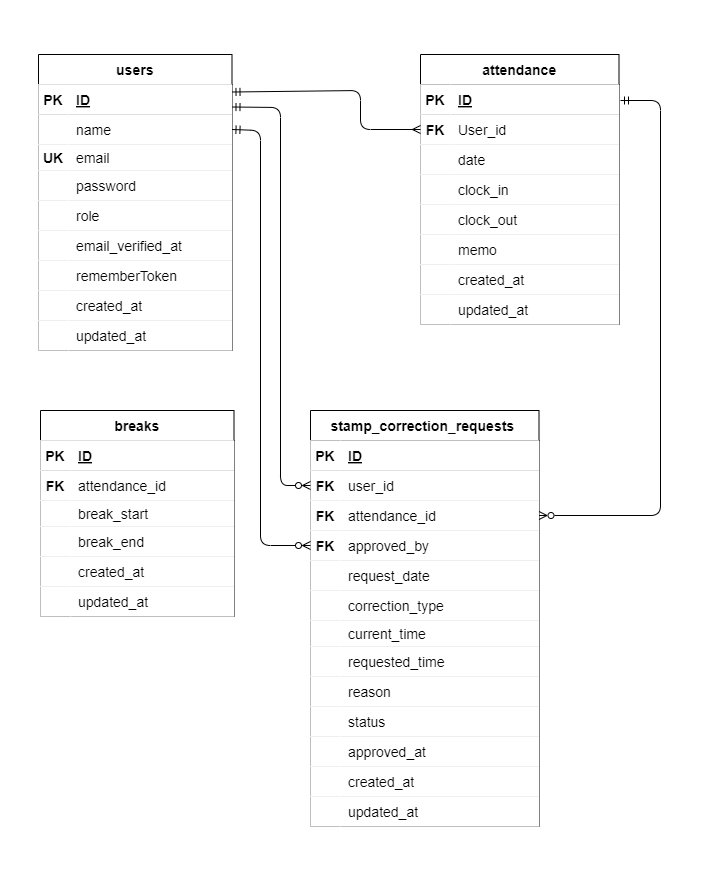
ponponmama/attendance-erika-hara keeps this draw.io diagram as attendance.drawio.png. Above is the earlier version. Source tidied: cells renumbered, new cells last; positions are measured from the earlier drawing's top-left corner, leaving out a move shared by most shapes.
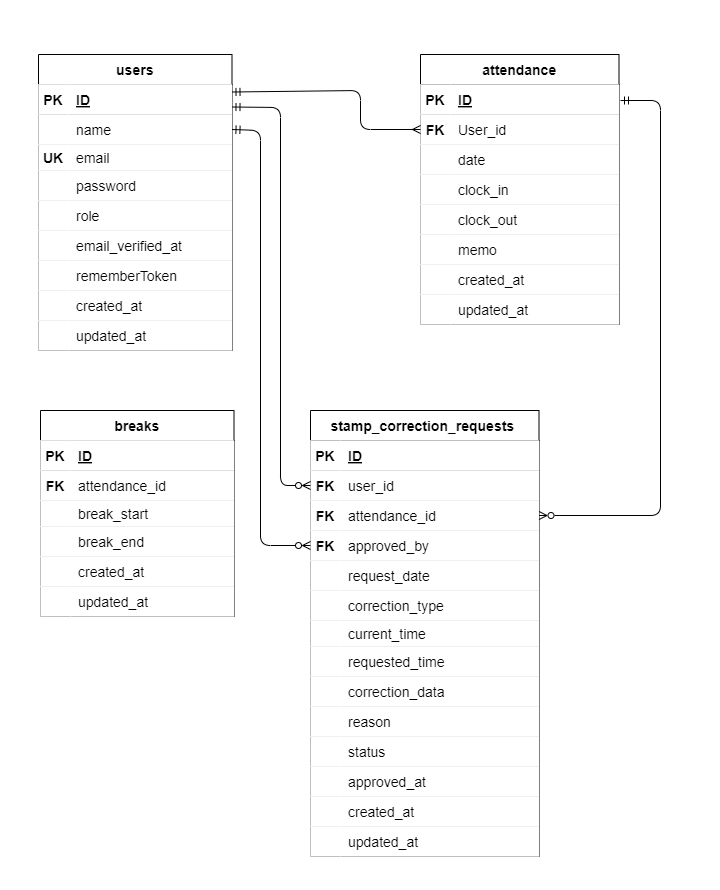
Above is the later version.

Diff of the diagram source:
```diff
@@ -182,7 +182,7 @@
       </mxGeometry>
     </mxCell>
     <mxCell id="60" value="stamp_correction_requests " style="shape=table;startSize=30;rowLines=0;fontStyle=1;align=center;fontSize=14;fillColor=default;strokeColor=#000000;labelBorderColor=none;swimlaneFillColor=#000000;" parent="2" vertex="1">
-      <mxGeometry x="310" y="410" width="228.5" height="416" as="geometry" />
+      <mxGeometry x="310" y="410" width="228.5" height="446" as="geometry" />
     </mxCell>
     <mxCell id="61" style="shape=tableRow;horizontal=0;startSize=0;swimlaneHead=0;swimlaneBody=0;fillColor=default;top=0;left=0;right=0;bottom=1;fontSize=14;strokeColor=#000000;labelBorderColor=none;swimlaneFillColor=#000000;" parent="60" vertex="1">
       <mxGeometry y="30" width="228.5" height="30" as="geometry" />
@@ -256,8 +256,17 @@
     <mxCell id="84" value="requested_time" style="shape=partialRectangle;fillColor=default;top=0;left=0;bottom=0;right=0;align=left;spacingLeft=6;overflow=hidden;fontSize=14;strokeColor=#000000;labelBorderColor=none;swimlaneFillColor=#000000;" parent="82" vertex="1">
       <mxGeometry x="30" width="198.5" height="30" as="geometry" />
     </mxCell>
+    <mxCell id="122" style="shape=tableRow;horizontal=0;startSize=0;swimlaneHead=0;swimlaneBody=0;fillColor=default;top=0;left=0;right=0;bottom=0;fontSize=14;strokeColor=#000000;labelBorderColor=none;swimlaneFillColor=#000000;" parent="60" vertex="1">
+      <mxGeometry y="266" width="228.5" height="30" as="geometry" />
+    </mxCell>
+    <mxCell id="123" style="shape=partialRectangle;fillColor=default;top=0;left=0;bottom=0;right=0;overflow=hidden;fontSize=14;strokeColor=#000000;labelBorderColor=none;swimlaneFillColor=#000000;" parent="122" vertex="1">
+      <mxGeometry width="30" height="30" as="geometry" />
+    </mxCell>
+    <mxCell id="124" value="correction_data" style="shape=partialRectangle;fillColor=default;top=0;left=0;bottom=0;right=0;align=left;spacingLeft=6;overflow=hidden;fontSize=14;strokeColor=#000000;labelBorderColor=none;swimlaneFillColor=#000000;" parent="122" vertex="1">
+      <mxGeometry x="30" width="198.5" height="30" as="geometry" />
+    </mxCell>
     <mxCell id="85" style="shape=tableRow;horizontal=0;startSize=0;swimlaneHead=0;swimlaneBody=0;fillColor=default;top=0;left=0;right=0;bottom=0;fontSize=14;strokeColor=#000000;labelBorderColor=none;swimlaneFillColor=#000000;" parent="60" vertex="1">
-      <mxGeometry y="266" width="228.5" height="30" as="geometry" />
+      <mxGeometry y="296" width="228.5" height="30" as="geometry" />
     </mxCell>
     <mxCell id="86" style="shape=partialRectangle;fillColor=default;top=0;left=0;bottom=0;right=0;overflow=hidden;fontSize=14;strokeColor=#000000;labelBorderColor=none;swimlaneFillColor=#000000;" parent="85" vertex="1">
       <mxGeometry width="30" height="30" as="geometry" />
@@ -266,7 +275,7 @@
       <mxGeometry x="30" width="198.5" height="30" as="geometry" />
     </mxCell>
     <mxCell id="88" style="shape=tableRow;horizontal=0;startSize=0;swimlaneHead=0;swimlaneBody=0;fillColor=default;top=0;left=0;right=0;bottom=0;fontSize=14;strokeColor=#000000;labelBorderColor=none;swimlaneFillColor=#000000;" parent="60" vertex="1">
-      <mxGeometry y="296" width="228.5" height="30" as="geometry" />
+      <mxGeometry y="326" width="228.5" height="30" as="geometry" />
     </mxCell>
     <mxCell id="89" style="shape=partialRectangle;fillColor=default;top=0;left=0;bottom=0;right=0;overflow=hidden;fontSize=14;strokeColor=#000000;labelBorderColor=none;swimlaneFillColor=#000000;" parent="88" vertex="1">
       <mxGeometry width="30" height="30" as="geometry" />
@@ -275,7 +284,7 @@
       <mxGeometry x="30" width="198.5" height="30" as="geometry" />
     </mxCell>
     <mxCell id="91" style="shape=tableRow;horizontal=0;startSize=0;swimlaneHead=0;swimlaneBody=0;fillColor=default;top=0;left=0;right=0;bottom=0;fontSize=14;strokeColor=#000000;labelBorderColor=none;swimlaneFillColor=#000000;" parent="60" vertex="1">
-      <mxGeometry y="326" width="228.5" height="30" as="geometry" />
+      <mxGeometry y="356" width="228.5" height="30" as="geometry" />
     </mxCell>
     <mxCell id="92" style="shape=partialRectangle;fillColor=default;top=0;left=0;bottom=0;right=0;overflow=hidden;fontSize=14;strokeColor=#000000;labelBorderColor=none;swimlaneFillColor=#000000;" parent="91" vertex="1">
       <mxGeometry width="30" height="30" as="geometry" />
@@ -284,7 +293,7 @@
       <mxGeometry x="30" width="198.5" height="30" as="geometry" />
     </mxCell>
     <mxCell id="94" style="shape=tableRow;horizontal=0;startSize=0;swimlaneHead=0;swimlaneBody=0;fillColor=default;top=0;left=0;right=0;bottom=0;fontSize=14;strokeColor=#000000;labelBorderColor=none;swimlaneFillColor=#000000;" parent="60" vertex="1">
-      <mxGeometry y="356" width="228.5" height="30" as="geometry" />
+      <mxGeometry y="386" width="228.5" height="30" as="geometry" />
     </mxCell>
     <mxCell id="95" style="shape=partialRectangle;fillColor=default;top=0;left=0;bottom=0;right=0;overflow=hidden;fontSize=14;strokeColor=#000000;labelBorderColor=none;swimlaneFillColor=#000000;" parent="94" vertex="1">
       <mxGeometry width="30" height="30" as="geometry" />
@@ -293,7 +302,7 @@
       <mxGeometry x="30" width="198.5" height="30" as="geometry" />
     </mxCell>
     <mxCell id="97" style="shape=tableRow;horizontal=0;startSize=0;swimlaneHead=0;swimlaneBody=0;fillColor=default;top=0;left=0;right=0;bottom=0;fontSize=14;strokeColor=#000000;labelBorderColor=none;swimlaneFillColor=#000000;" parent="60" vertex="1">
-      <mxGeometry y="386" width="228.5" height="30" as="geometry" />
+      <mxGeometry y="416" width="228.5" height="30" as="geometry" />
     </mxCell>
     <mxCell id="98" style="shape=partialRectangle;fillColor=default;top=0;left=0;bottom=0;right=0;overflow=hidden;fontSize=14;strokeColor=#000000;labelBorderColor=none;swimlaneFillColor=#000000;" parent="97" vertex="1">
       <mxGeometry width="30" height="30" as="geometry" />
```
